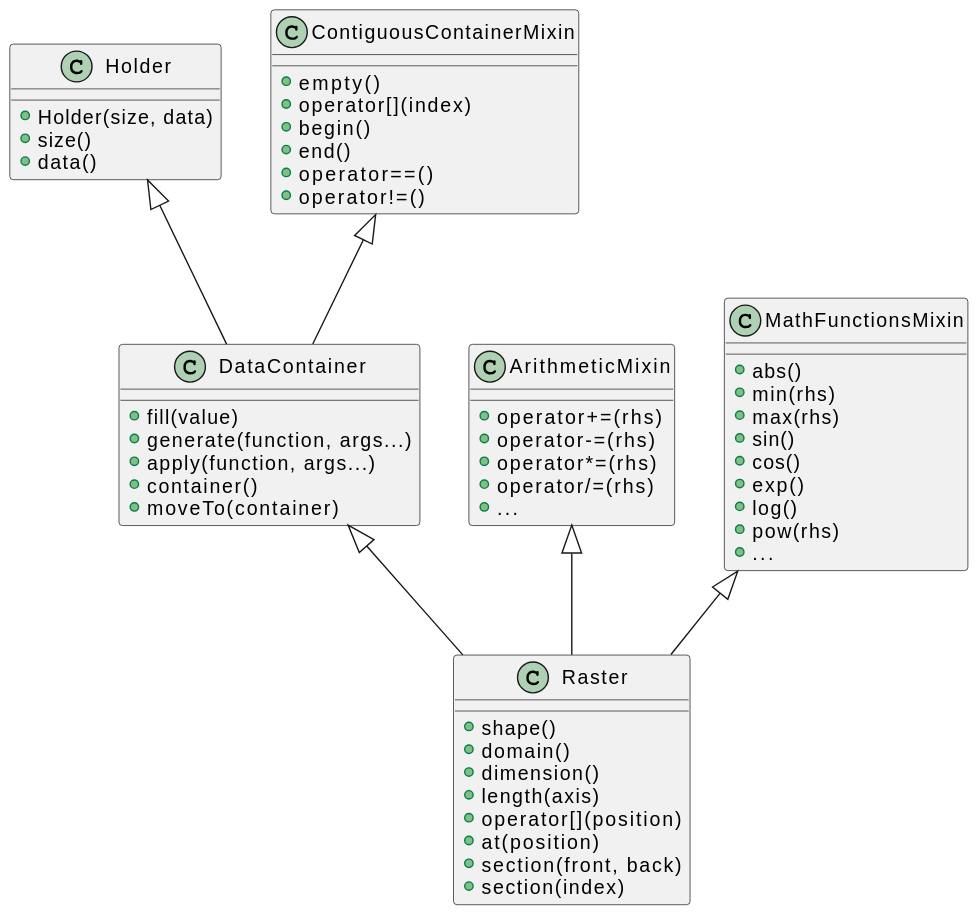
Before: doc/diagrams/data_classes.svg, a diagram exported from PlantUML (kabasset/Linx).
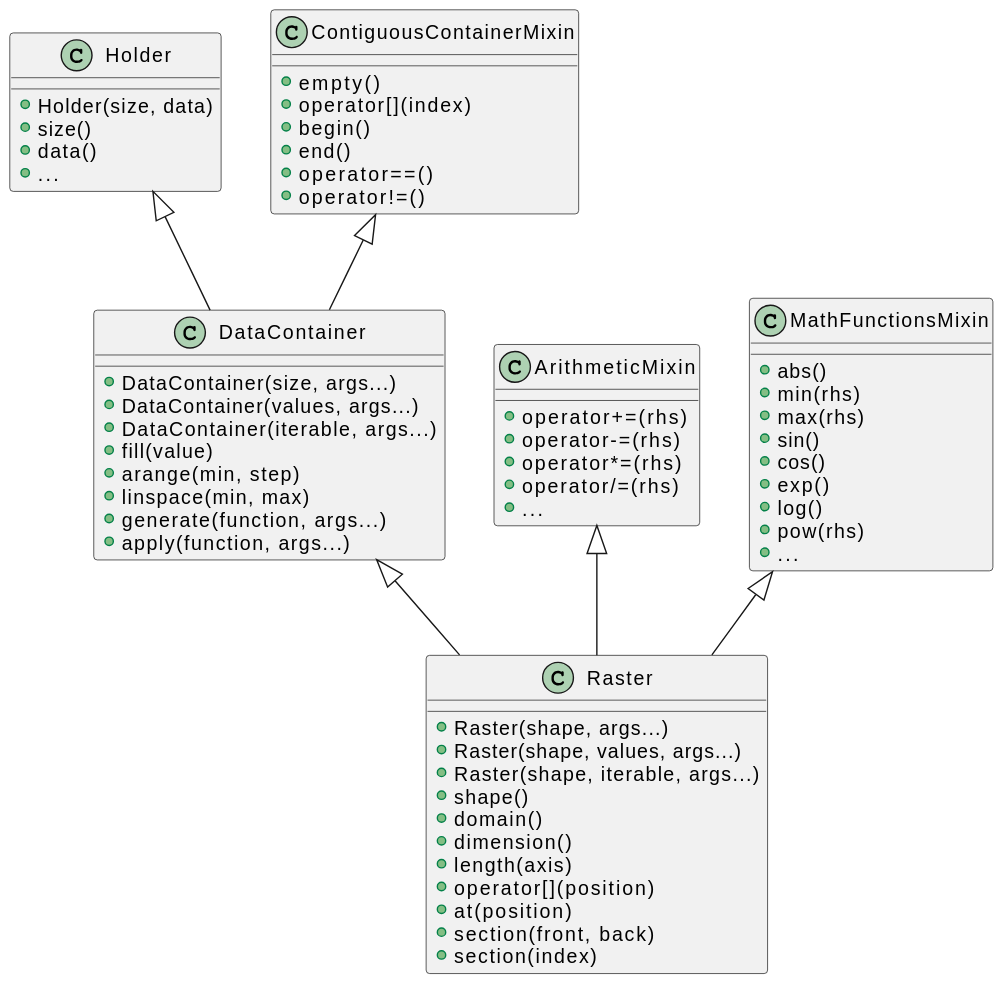
The same file after the commit.

Change to the diagram source:
```diff
@@ -3,17 +3,24 @@
 + Holder(size, data)
 + size()
 + data()
++ {method}...
 }
 
 class DataContainer {
++ DataContainer(size, args...)
++ DataContainer(values, args...)
++ DataContainer(iterable, args...)
 + fill(value)
++ arange(min, step)
++ linspace(min, max)
 + generate(function, args...)
 + apply(function, args...)
-+ container()
-+ moveTo(container)
 }
 
 class Raster {
++ Raster(shape, args...)
++ Raster(shape, values, args...)
++ Raster(shape, iterable, args...)
 + shape()
 + domain()
 + dimension()
```
